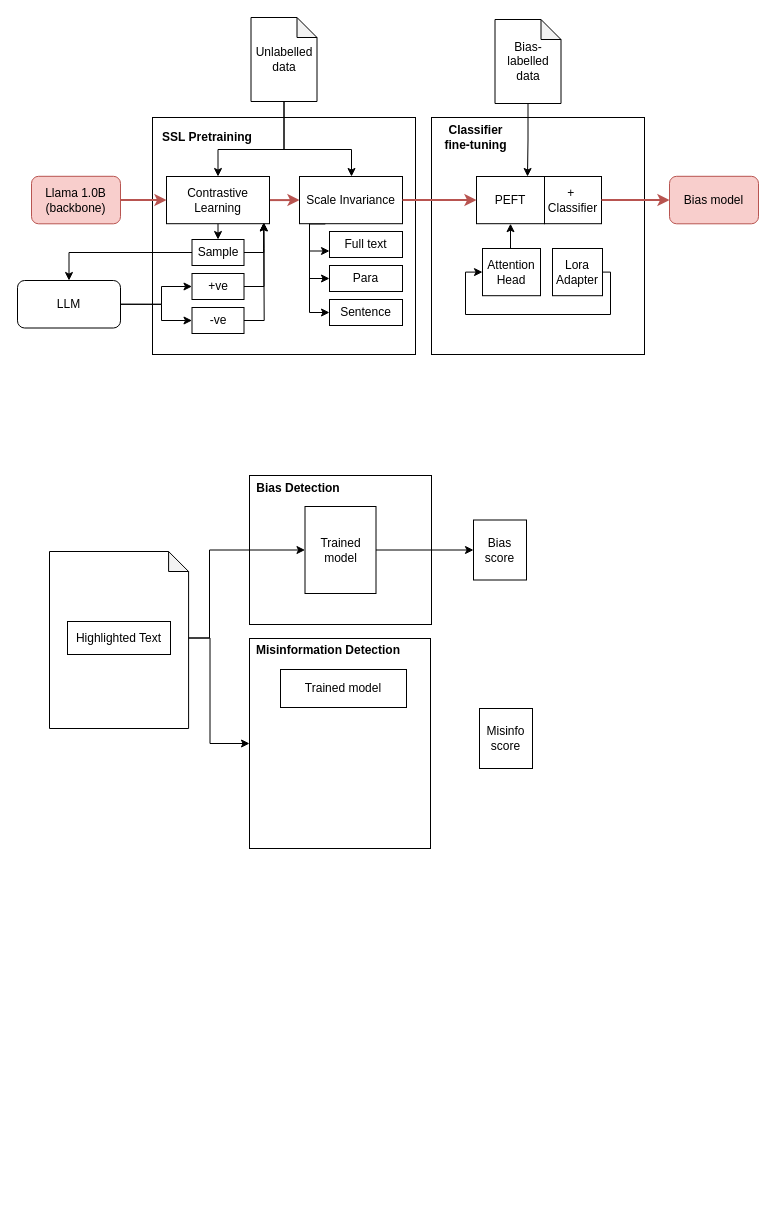
Above: Architecture.drawio in cvu-opensource/NTU-DLWeek2025 (draw.io), before the change. Source tidied: cells renumbered, new cells numbered last; positions are measured from the earlier drawing's top-left corner, leaving out a move shared by most shapes. Both pictures are drawn from the tidied source at 100%, with x=0, y=0 at pixel (17, 17).
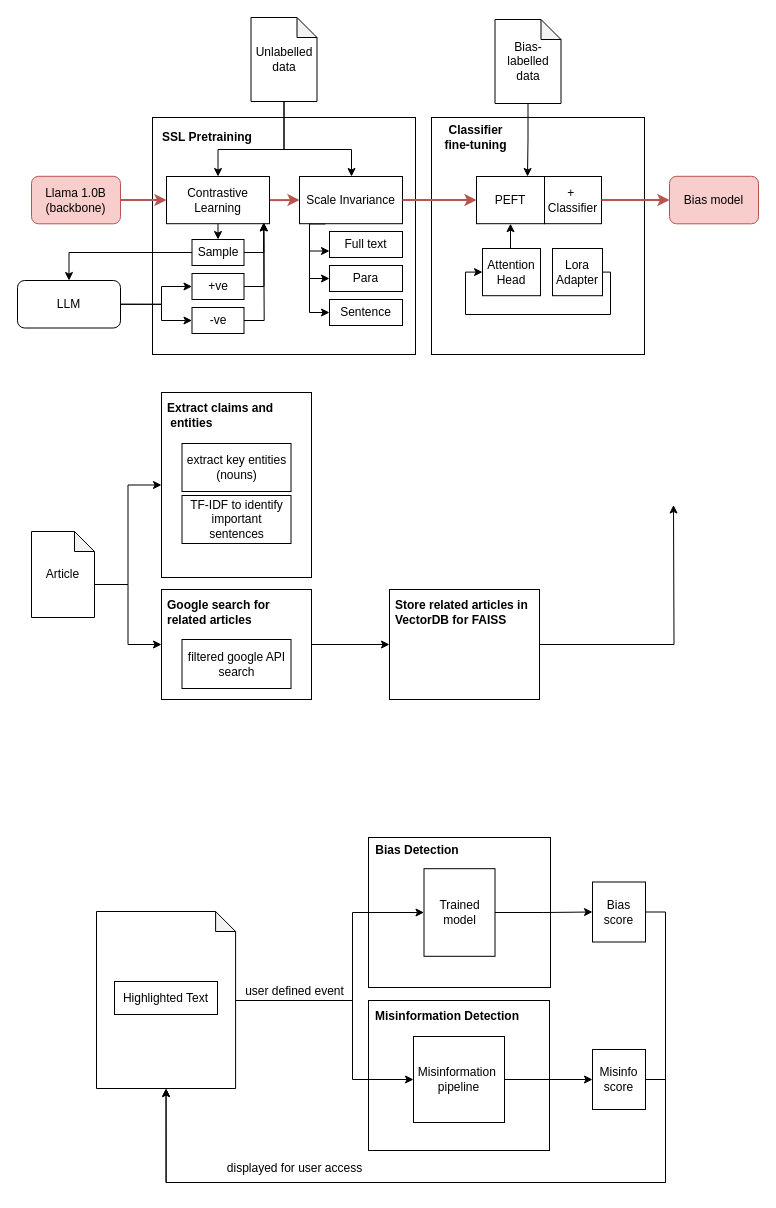
After the change.

Unchanged cells that the change refers to:
```xml
<mxCell id="54" style="shape=note;whiteSpace=wrap;html=1;backgroundOutline=1;darkOpacity=0.05;size=20;align=center;" parent="53" vertex="1">
  <mxGeometry width="139.1" height="177" as="geometry" />
</mxCell>
<mxCell id="55" value="Highlighted Text" style="rounded=0;whiteSpace=wrap;html=1;" parent="53" vertex="1">
  <mxGeometry x="18" y="70" width="103" height="33" as="geometry" />
</mxCell>
```

Diff of the diagram source:
```diff
@@
     <mxCell id="42" style="group;" parent="1" vertex="1">
-      <mxGeometry x="232" y="458" width="263" height="149" as="geometry" />
+      <mxGeometry x="351" y="820" width="263" height="150" as="geometry" />
     </mxCell>
     <mxCell id="43" style="rounded=0;whiteSpace=wrap;html=1;" parent="42" vertex="1">
-      <mxGeometry width="182" height="149" as="geometry" />
+      <mxGeometry width="182" height="150" as="geometry" />
     </mxCell>
     <mxCell id="44" value="&lt;b&gt;Bias Detection&lt;/b&gt;" style="text;html=1;align=center;verticalAlign=middle;whiteSpace=wrap;rounded=0;" parent="42" vertex="1">
-      <mxGeometry x="3.7" y="3.1" width="90.3" height="18.9" as="geometry" />
+      <mxGeometry x="3.7" y="3.2" width="90.3" height="19" as="geometry" />
     </mxCell>
     <mxCell id="45" value="Trained model" style="rounded=0;whiteSpace=wrap;html=1;" parent="42" vertex="1">
-      <mxGeometry x="55.5" y="31" width="71" height="87" as="geometry" />
+      <mxGeometry x="55.5" y="31.2" width="71" height="87.6" as="geometry" />
     </mxCell>
@@
     <mxCell id="47" style="group;" parent="1" vertex="1">
-      <mxGeometry x="232" y="621" width="181" height="210" as="geometry" />
+      <mxGeometry x="351" y="983" width="181" height="150" as="geometry" />
     </mxCell>
     <mxCell id="48" style="rounded=0;whiteSpace=wrap;html=1;" parent="47" vertex="1">
-      <mxGeometry width="181" height="210" as="geometry" />
+      <mxGeometry width="181" height="150" as="geometry" />
     </mxCell>
     <mxCell id="49" value="&lt;b&gt;Misinformation Detection&lt;/b&gt;" style="text;html=1;align=center;verticalAlign=middle;whiteSpace=wrap;rounded=0;" parent="47" vertex="1">
-      <mxGeometry x="2.6" y="3.1" width="152.4" height="18.7" as="geometry" />
+      <mxGeometry x="2.6" y="2.2" width="152.4" height="27.8" as="geometry" />
     </mxCell>
-    <mxCell id="50" value="Trained model" style="rounded=0;whiteSpace=wrap;html=1;" parent="47" vertex="1">
-      <mxGeometry x="31" y="31" width="126" height="38" as="geometry" />
+    <mxCell id="50" value="Misinformation&amp;nbsp;&lt;div&gt;pipeline&lt;/div&gt;" style="rounded=0;whiteSpace=wrap;html=1;" parent="47" vertex="1">
+      <mxGeometry x="45" y="36" width="91" height="86" as="geometry" />
     </mxCell>
     <mxCell id="51" style="edgeStyle=orthogonalEdgeStyle;rounded=0;jettySize=auto;html=1;exitX=1;exitY=0.5;exitDx=0;exitDy=0;entryX=0;entryY=0.5;entryDx=0;entryDy=0;" parent="1" edge="1" source="55" target="45">
       <mxGeometry relative="1" as="geometry">
         <Array as="points">
-          <mxPoint x="192" y="621" />
-          <mxPoint x="192" y="533" />
+          <mxPoint x="200" y="983" />
+          <mxPoint x="335" y="983" />
+          <mxPoint x="335" y="895" />
         </Array>
       </mxGeometry>
     </mxCell>
-    <mxCell id="52" style="edgeStyle=orthogonalEdgeStyle;rounded=0;jettySize=auto;html=1;exitX=1;exitY=0.5;exitDx=0;exitDy=0;entryX=0;entryY=0.5;entryDx=0;entryDy=0;" parent="1" edge="1" source="55" target="48">
-      <mxGeometry relative="1" as="geometry" />
+    <mxCell id="52" style="edgeStyle=orthogonalEdgeStyle;rounded=0;jettySize=auto;html=1;exitX=1;exitY=0.5;exitDx=0;exitDy=0;entryX=0;entryY=0.5;entryDx=0;entryDy=0;" parent="1" edge="1" source="55" target="50">
+      <mxGeometry relative="1" as="geometry">
+        <Array as="points">
+          <mxPoint x="200" y="983" />
+          <mxPoint x="335" y="983" />
+          <mxPoint x="335" y="1062" />
+        </Array>
+      </mxGeometry>
     </mxCell>
     <mxCell id="53" style="group;" parent="1" vertex="1">
-      <mxGeometry x="32" y="534" width="139.1" height="177" as="geometry" />
+      <mxGeometry x="79" y="894" width="139.1" height="177" as="geometry" />
     </mxCell>
@@
     <mxCell id="56" value="Bias score" style="rounded=0;whiteSpace=wrap;html=1;" parent="1" vertex="1">
-      <mxGeometry x="456" y="502.5" width="53" height="60" as="geometry" />
+      <mxGeometry x="575" y="864.5" width="53" height="60" as="geometry" />
     </mxCell>
@@
     <mxCell id="58" value="Misinfo score" style="rounded=0;whiteSpace=wrap;html=1;" parent="1" vertex="1">
-      <mxGeometry x="462" y="691" width="53" height="60" as="geometry" />
+      <mxGeometry x="575" y="1032" width="53" height="60" as="geometry" />
     </mxCell>
@@
+    <mxCell id="61" style="edgeStyle=orthogonalEdgeStyle;rounded=0;jettySize=auto;html=1;exitX=1;exitY=0.5;exitDx=0;exitDy=0;entryX=0;entryY=0.5;entryDx=0;entryDy=0;" parent="1" edge="1" source="50" target="58">
+      <mxGeometry relative="1" as="geometry" />
+    </mxCell>
+    <mxCell id="62" value="user defined event" style="text;html=1;align=center;verticalAlign=middle;strokeColor=none;fillColor=none;" parent="1" vertex="1">
+      <mxGeometry x="218.1" y="961" width="117" height="26" as="geometry" />
+    </mxCell>
+    <mxCell id="63" style="edgeStyle=orthogonalEdgeStyle;rounded=0;jettySize=auto;html=1;exitX=1;exitY=0.5;exitDx=0;exitDy=0;entryX=0.5;entryY=1;entryDx=0;entryDy=0;entryPerimeter=0;" parent="1" edge="1" source="56" target="54">
+      <mxGeometry relative="1" as="geometry">
+        <Array as="points">
+          <mxPoint x="648" y="895" />
+          <mxPoint x="648" y="1165" />
+          <mxPoint x="149" y="1165" />
+        </Array>
+      </mxGeometry>
+    </mxCell>
+    <mxCell id="64" style="edgeStyle=orthogonalEdgeStyle;rounded=0;jettySize=auto;html=1;exitX=1;exitY=0.5;exitDx=0;exitDy=0;entryX=0.5;entryY=1;entryDx=0;entryDy=0;entryPerimeter=0;" parent="1" edge="1" source="58" target="54">
+      <mxGeometry relative="1" as="geometry">
+        <Array as="points">
+          <mxPoint x="648" y="1062" />
+          <mxPoint x="648" y="1165" />
+          <mxPoint x="149" y="1165" />
+        </Array>
+      </mxGeometry>
+    </mxCell>
+    <mxCell id="65" value="displayed for user access" style="text;html=1;align=center;verticalAlign=middle;strokeColor=none;fillColor=none;" parent="1" vertex="1">
+      <mxGeometry x="200.1" y="1138" width="153" height="26" as="geometry" />
+    </mxCell>
+    <mxCell id="66" style="group;" parent="1" vertex="1">
+      <mxGeometry x="144" y="375" width="150" height="185" as="geometry" />
+    </mxCell>
+    <mxCell id="67" style="rounded=0;whiteSpace=wrap;html=1;" parent="66" vertex="1">
+      <mxGeometry width="150" height="185" as="geometry" />
+    </mxCell>
+    <mxCell id="68" value="&lt;span style=&quot;text-wrap-mode: nowrap;&quot;&gt;&lt;b&gt;Extract claims and&lt;/b&gt;&lt;/span&gt;&lt;div&gt;&lt;span style=&quot;text-wrap-mode: nowrap;&quot;&gt;&lt;b&gt;&amp;nbsp;entities&lt;/b&gt;&lt;/span&gt;&lt;/div&gt;" style="text;html=1;align=left;verticalAlign=middle;whiteSpace=wrap;rounded=0;fontStyle=0;" parent="66" vertex="1">
+      <mxGeometry x="4" y="2.5" width="142" height="41.5" as="geometry" />
+    </mxCell>
+    <mxCell id="69" value="extract key entities&lt;br&gt;(nouns)" style="rounded=0;whiteSpace=wrap;html=1;" parent="66" vertex="1">
+      <mxGeometry x="20.5" y="51" width="109" height="48" as="geometry" />
+    </mxCell>
+    <mxCell id="70" value="TF-IDF to identify important sentences" style="rounded=0;whiteSpace=wrap;html=1;" parent="66" vertex="1">
+      <mxGeometry x="20.5" y="103" width="109" height="48" as="geometry" />
+    </mxCell>
+    <mxCell id="71" style="group;" parent="1" vertex="1">
+      <mxGeometry x="144" y="572" width="150" height="225" as="geometry" />
+    </mxCell>
+    <mxCell id="72" style="rounded=0;whiteSpace=wrap;html=1;" parent="71" vertex="1">
+      <mxGeometry width="150" height="110" as="geometry" />
+    </mxCell>
+    <mxCell id="73" value="&lt;span style=&quot;text-wrap-mode: nowrap;&quot;&gt;&lt;b&gt;Google search for&amp;nbsp;&lt;/b&gt;&lt;/span&gt;&lt;div&gt;&lt;span style=&quot;text-wrap-mode: nowrap;&quot;&gt;&lt;b&gt;related articles&amp;nbsp;&lt;/b&gt;&lt;/span&gt;&lt;/div&gt;" style="text;html=1;align=left;verticalAlign=middle;whiteSpace=wrap;rounded=0;fontStyle=0;" parent="71" vertex="1">
+      <mxGeometry x="4" y="3" width="142" height="40" as="geometry" />
+    </mxCell>
+    <mxCell id="74" value="filtered google API search" style="rounded=0;whiteSpace=wrap;html=1;" parent="71" vertex="1">
+      <mxGeometry x="20.5" y="50" width="109" height="49" as="geometry" />
+    </mxCell>
+    <mxCell id="75" style="group;" parent="1" vertex="1">
+      <mxGeometry x="14" y="514" width="63" height="86" as="geometry" />
+    </mxCell>
+    <mxCell id="76" value="Article" style="shape=note;whiteSpace=wrap;html=1;backgroundOutline=1;darkOpacity=0.05;size=20;align=center;" parent="75" vertex="1">
+      <mxGeometry width="63" height="86" as="geometry" />
+    </mxCell>
+    <mxCell id="77" style="edgeStyle=orthogonalEdgeStyle;rounded=0;jettySize=auto;html=1;exitX=0;exitY=0;exitDx=63;exitDy=53;exitPerimeter=0;entryX=0;entryY=0.5;entryDx=0;entryDy=0;" parent="1" edge="1" source="76" target="67">
+      <mxGeometry relative="1" as="geometry" />
+    </mxCell>
+    <mxCell id="78" style="edgeStyle=orthogonalEdgeStyle;rounded=0;jettySize=auto;html=1;exitX=0;exitY=0;exitDx=63;exitDy=53;entryX=0;entryY=0.5;entryDx=0;entryDy=0;exitPerimeter=0;" parent="1" edge="1" source="76" target="72">
+      <mxGeometry relative="1" as="geometry" />
+    </mxCell>
+    <mxCell id="79" style="group;" parent="1" vertex="1">
+      <mxGeometry x="372" y="572" width="150" height="225" as="geometry" />
+    </mxCell>
+    <mxCell id="80" style="rounded=0;whiteSpace=wrap;html=1;" parent="79" vertex="1">
+      <mxGeometry width="150" height="110" as="geometry" />
+    </mxCell>
+    <mxCell id="81" value="&lt;span style=&quot;text-wrap-mode: nowrap;&quot;&gt;&lt;b&gt;Store related articles in&amp;nbsp;&lt;/b&gt;&lt;/span&gt;&lt;div&gt;&lt;span style=&quot;text-wrap-mode: nowrap;&quot;&gt;&lt;b&gt;VectorDB for FAISS&lt;/b&gt;&lt;/span&gt;&lt;/div&gt;" style="text;html=1;align=left;verticalAlign=middle;whiteSpace=wrap;rounded=0;fontStyle=0;" parent="79" vertex="1">
+      <mxGeometry x="4" y="3" width="142" height="40" as="geometry" />
+    </mxCell>
+    <mxCell id="82" style="edgeStyle=orthogonalEdgeStyle;rounded=0;jettySize=auto;html=1;exitX=1;exitY=0.5;exitDx=0;exitDy=0;entryX=0;entryY=0.5;entryDx=0;entryDy=0;" parent="1" edge="1" source="72" target="80">
+      <mxGeometry relative="1" as="geometry" />
+    </mxCell>
+    <mxCell id="83" style="edgeStyle=orthogonalEdgeStyle;rounded=0;jettySize=auto;html=1;exitX=1;exitY=0.5;exitDx=0;exitDy=0;entryX=0;entryY=0.5;entryDx=0;entryDy=0;" parent="1" edge="1" source="80">
+      <mxGeometry relative="1" as="geometry">
+        <mxPoint x="656" y="487.5" as="targetPoint" />
+      </mxGeometry>
+    </mxCell>
```
